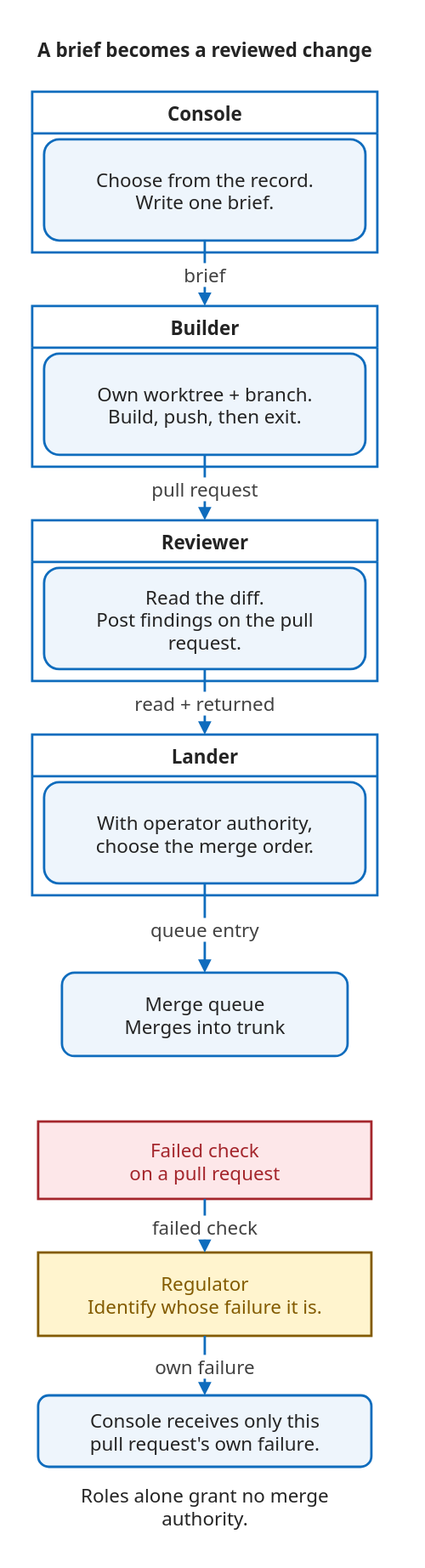
wshallwshall/korus keeps this draw.io diagram as docs/assets/diagrams/g04-build-handoffs-mobile.svg. Above is the earlier version. Source tidied: cells renumbered, new cells last; positions are measured from the earlier drawing's top-left corner, leaving out a move shared by most shapes.
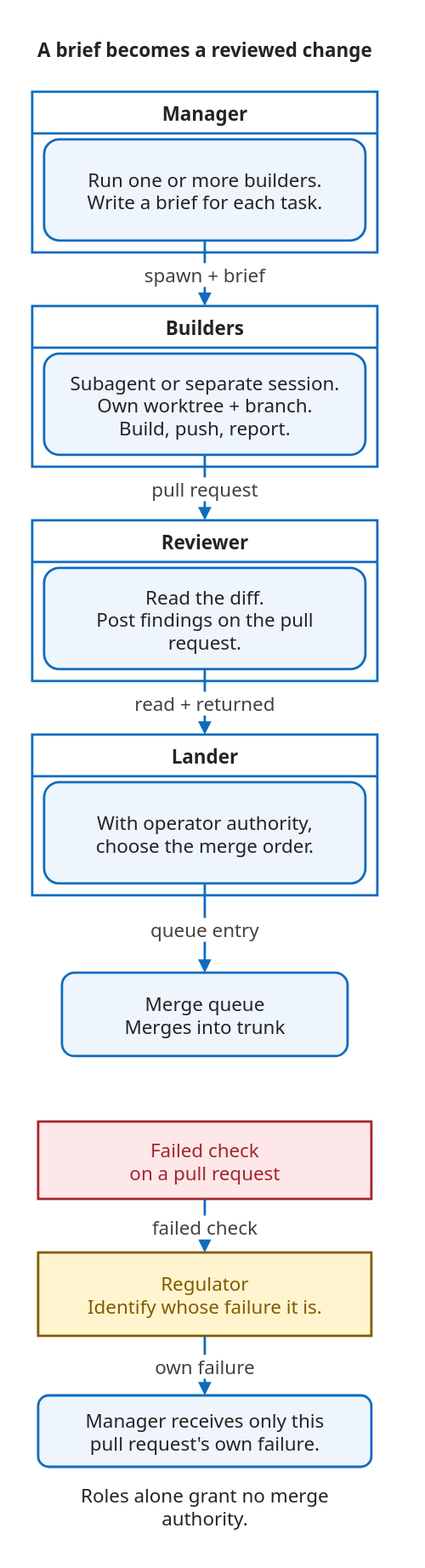
After the commit.

What changed in the source:
```diff
@@ -8,19 +8,19 @@
     <mxCell id="3" value="A brief becomes a reviewed change" style="html=0;fontFamily=Segoe UI,Arial,sans-serif;fontSize=16;fontColor=#242424;strokeColor=#0f6cbd;strokeWidth=2;fillColor=#eef5fc;spacing=10;fillColor=none;strokeColor=none;spacing=0;fontStyle=1;fontFamily=Segoe UI,Arial,sans-serif;fontSize=16;" parent="1" vertex="1">
       <mxGeometry x="10" y="8" width="300" height="42" as="geometry" />
     </mxCell>
-    <mxCell id="4" value="Console" style="html=0;fontFamily=Segoe UI,Arial,sans-serif;fontSize=16;fontColor=#242424;strokeColor=#0f6cbd;strokeWidth=2;fillColor=#eef5fc;spacing=10;swimlane;startSize=35;fillColor=#ffffff;fontFamily=Segoe UI,Arial,sans-serif;fontSize=16;" parent="1" vertex="1">
+    <mxCell id="4" value="Manager" style="html=0;fontFamily=Segoe UI,Arial,sans-serif;fontSize=16;fontColor=#242424;strokeColor=#0f6cbd;strokeWidth=2;fillColor=#eef5fc;spacing=10;swimlane;startSize=35;fillColor=#ffffff;fontFamily=Segoe UI,Arial,sans-serif;fontSize=16;" parent="1" vertex="1">
       <mxGeometry x="15" y="65" width="290" height="135" as="geometry" />
     </mxCell>
-    <mxCell id="5" value="Choose from the record.&#10;Write one brief." style="html=0;fontFamily=Segoe UI,Arial,sans-serif;fontSize=16;fontColor=#242424;strokeColor=#0f6cbd;strokeWidth=2;fillColor=#eef5fc;spacing=10;rounded=1;fontFamily=Segoe UI,Arial,sans-serif;fontSize=16;" parent="4" vertex="1">
+    <mxCell id="5" value="Run one or more builders.&#10;Write a brief for each task." style="html=0;fontFamily=Segoe UI,Arial,sans-serif;fontSize=16;fontColor=#242424;strokeColor=#0f6cbd;strokeWidth=2;fillColor=#eef5fc;spacing=10;rounded=1;fontFamily=Segoe UI,Arial,sans-serif;fontSize=16;" parent="4" vertex="1">
       <mxGeometry x="10" y="40" width="270" height="85" as="geometry" />
     </mxCell>
-    <mxCell id="6" value="Builder" style="html=0;fontFamily=Segoe UI,Arial,sans-serif;fontSize=16;fontColor=#242424;strokeColor=#0f6cbd;strokeWidth=2;fillColor=#eef5fc;spacing=10;swimlane;startSize=35;fillColor=#ffffff;fontFamily=Segoe UI,Arial,sans-serif;fontSize=16;" parent="1" vertex="1">
+    <mxCell id="6" value="Builders" style="html=0;fontFamily=Segoe UI,Arial,sans-serif;fontSize=16;fontColor=#242424;strokeColor=#0f6cbd;strokeWidth=2;fillColor=#eef5fc;spacing=10;swimlane;startSize=35;fillColor=#ffffff;fontFamily=Segoe UI,Arial,sans-serif;fontSize=16;" parent="1" vertex="1">
       <mxGeometry x="15" y="245" width="290" height="135" as="geometry" />
     </mxCell>
-    <mxCell id="7" value="Own worktree + branch.&#10;Build, push, then exit." style="html=0;fontFamily=Segoe UI,Arial,sans-serif;fontSize=16;fontColor=#242424;strokeColor=#0f6cbd;strokeWidth=2;fillColor=#eef5fc;spacing=10;rounded=1;fontFamily=Segoe UI,Arial,sans-serif;fontSize=16;" parent="6" vertex="1">
+    <mxCell id="7" value="Subagent or separate session.&#10;Own worktree + branch.&#10;Build, push, report." style="html=0;fontFamily=Segoe UI,Arial,sans-serif;fontSize=16;fontColor=#242424;strokeColor=#0f6cbd;strokeWidth=2;fillColor=#eef5fc;spacing=10;rounded=1;fontFamily=Segoe UI,Arial,sans-serif;fontSize=16;" parent="6" vertex="1">
       <mxGeometry x="10" y="40" width="270" height="85" as="geometry" />
     </mxCell>
-    <mxCell id="8" value="brief" style="edgeStyle=orthogonalEdgeStyle;rounded=0;html=0;fontFamily=Segoe UI,Arial,sans-serif;fontSize=16;fontColor=#424242;labelBackgroundColor=#ffffff;strokeColor=#0f6cbd;strokeWidth=2;endArrow=block;endFill=1;" parent="1" edge="1" source="5" target="6">
+    <mxCell id="8" value="spawn + brief" style="edgeStyle=orthogonalEdgeStyle;rounded=0;html=0;fontFamily=Segoe UI,Arial,sans-serif;fontSize=16;fontColor=#424242;labelBackgroundColor=#ffffff;strokeColor=#0f6cbd;strokeWidth=2;endArrow=block;endFill=1;" parent="1" edge="1" source="5" target="6">
       <mxGeometry relative="1" as="geometry" />
     </mxCell>
     <mxCell id="9" value="Reviewer" style="html=0;fontFamily=Segoe UI,Arial,sans-serif;fontSize=16;fontColor=#242424;strokeColor=#0f6cbd;strokeWidth=2;fillColor=#eef5fc;spacing=10;swimlane;startSize=35;fillColor=#ffffff;fontFamily=Segoe UI,Arial,sans-serif;fontSize=16;" parent="1" vertex="1">
@@ -56,7 +56,7 @@
     <mxCell id="19" value="failed check" style="edgeStyle=orthogonalEdgeStyle;rounded=0;html=0;fontFamily=Segoe UI,Arial,sans-serif;fontSize=16;fontColor=#424242;labelBackgroundColor=#ffffff;strokeColor=#0f6cbd;strokeWidth=2;endArrow=block;endFill=1;" parent="1" edge="1" source="17" target="18">
       <mxGeometry relative="1" as="geometry" />
     </mxCell>
-    <mxCell id="20" value="Console receives only this&#10;pull request's own failure." style="html=0;fontFamily=Segoe UI,Arial,sans-serif;fontSize=16;fontColor=#242424;strokeColor=#0f6cbd;strokeWidth=2;fillColor=#eef5fc;spacing=10;rounded=1;fontFamily=Segoe UI,Arial,sans-serif;fontSize=16;" parent="1" vertex="1">
+    <mxCell id="20" value="Manager receives only this&#10;pull request's own failure." style="html=0;fontFamily=Segoe UI,Arial,sans-serif;fontSize=16;fontColor=#242424;strokeColor=#0f6cbd;strokeWidth=2;fillColor=#eef5fc;spacing=10;rounded=1;fontFamily=Segoe UI,Arial,sans-serif;fontSize=16;" parent="1" vertex="1">
       <mxGeometry x="20" y="1160" width="280" height="60" as="geometry" />
     </mxCell>
     <mxCell id="21" value="own failure" style="edgeStyle=orthogonalEdgeStyle;rounded=0;html=0;fontFamily=Segoe UI,Arial,sans-serif;fontSize=16;fontColor=#424242;labelBackgroundColor=#ffffff;strokeColor=#0f6cbd;strokeWidth=2;endArrow=block;endFill=1;" parent="1" edge="1" source="18" target="20">
```
